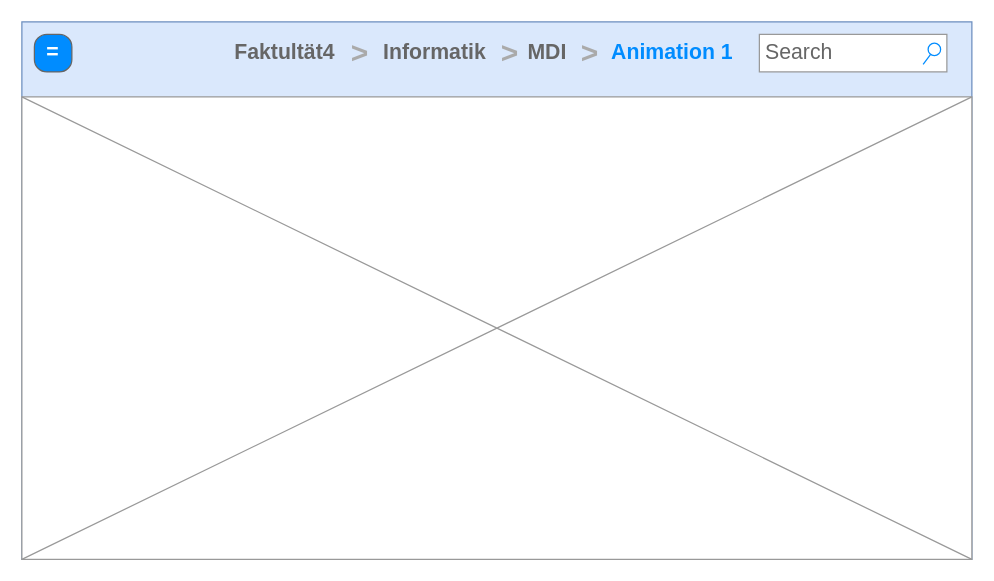
Before: Images/mockups/Grundgerüst.drawio in MrToWy/Bachelorarbeit, a draw.io diagram. Source tidied: cells renumbered, new cells numbered last; positions are measured from the earlier drawing's top-left corner, leaving out a move shared by most shapes. Both pictures are drawn from the tidied source at 125%, with x=0, y=0 at pixel (21, 21).
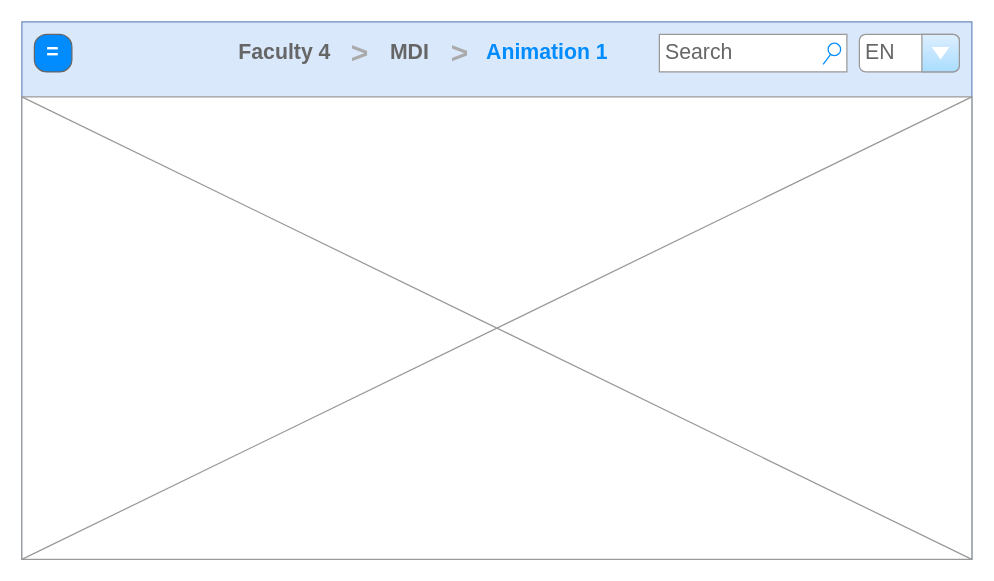
The same page after the edit.

Diff of the diagram source:
```diff
@@
 <mxGraphModel>
   <root>
     <mxCell id="0" />
     <mxCell id="1" parent="0" />
     <mxCell id="2" style="rounded=0;whiteSpace=wrap;html=1;fillColor=#dae8fc;strokeColor=#6c8ebf;" parent="1" vertex="1">
       <mxGeometry width="760" height="430" as="geometry" />
     </mxCell>
-    <mxCell id="3" value="Faktultät4" style="strokeWidth=1;shadow=0;dashed=0;align=center;html=1;shape=mxgraph.mockup.navigation.anchor;fontSize=17;fontColor=#666666;fontStyle=1;" parent="1" vertex="1">
+    <mxCell id="3" value="Faculty 4" style="strokeWidth=1;shadow=0;dashed=0;align=center;html=1;shape=mxgraph.mockup.navigation.anchor;fontSize=17;fontColor=#666666;fontStyle=1;" parent="1" vertex="1">
       <mxGeometry x="180" y="10" width="60" height="30" as="geometry" />
     </mxCell>
-    <mxCell id="4" value="&gt;" style="strokeWidth=1;shadow=0;dashed=0;align=center;html=1;shape=mxgraph.mockup.navigation.anchor;fontSize=24;fontColor=#aaaaaa;fontStyle=1;" parent="1" vertex="1">
-      <mxGeometry x="260" y="10" width="20" height="30" as="geometry" />
-    </mxCell>
-    <mxCell id="5" value="Informatik" style="strokeWidth=1;shadow=0;dashed=0;align=center;html=1;shape=mxgraph.mockup.navigation.anchor;fontSize=17;fontColor=#666666;fontStyle=1;" parent="1" vertex="1">
+    <mxCell id="5" style="strokeWidth=1;shadow=0;dashed=0;align=center;html=1;shape=mxgraph.mockup.navigation.anchor;fontSize=17;fontColor=#666666;fontStyle=1;" parent="1" vertex="1">
       <mxGeometry x="300" y="10" width="60" height="30" as="geometry" />
     </mxCell>
     <mxCell id="6" value="&gt;" style="strokeWidth=1;shadow=0;dashed=0;align=center;html=1;shape=mxgraph.mockup.navigation.anchor;fontSize=24;fontColor=#aaaaaa;fontStyle=1;" parent="1" vertex="1">
-      <mxGeometry x="380" y="10" width="20" height="30" as="geometry" />
+      <mxGeometry x="260" y="10" width="20" height="30" as="geometry" />
     </mxCell>
     <mxCell id="7" value="MDI" style="strokeWidth=1;shadow=0;dashed=0;align=center;html=1;shape=mxgraph.mockup.navigation.anchor;fontSize=17;fontColor=#666666;fontStyle=1;" parent="1" vertex="1">
-      <mxGeometry x="390" y="10" width="60" height="30" as="geometry" />
+      <mxGeometry x="280" y="10" width="60" height="30" as="geometry" />
     </mxCell>
     <mxCell id="8" value="&gt;" style="strokeWidth=1;shadow=0;dashed=0;align=center;html=1;shape=mxgraph.mockup.navigation.anchor;fontSize=24;fontColor=#aaaaaa;fontStyle=1;" parent="1" vertex="1">
-      <mxGeometry x="444" y="10" width="20" height="30" as="geometry" />
+      <mxGeometry x="340" y="10" width="20" height="30" as="geometry" />
     </mxCell>
     <mxCell id="9" value="Animation 1" style="strokeWidth=1;shadow=0;dashed=0;align=center;html=1;shape=mxgraph.mockup.navigation.anchor;fontSize=17;fontColor=#008cff;fontStyle=1;" parent="1" vertex="1">
-      <mxGeometry x="490" y="10" width="60" height="30" as="geometry" />
+      <mxGeometry x="390" y="10" width="60" height="30" as="geometry" />
     </mxCell>
     <mxCell id="10" value="Search" style="strokeWidth=1;shadow=0;dashed=0;align=center;html=1;shape=mxgraph.mockup.forms.searchBox;strokeColor=#999999;mainText=;strokeColor2=#008cff;fontColor=#666666;fontSize=17;align=left;spacingLeft=3;whiteSpace=wrap;" parent="1" vertex="1">
-      <mxGeometry x="590" y="10" width="150" height="30" as="geometry" />
+      <mxGeometry x="510" y="10" width="150" height="30" as="geometry" />
     </mxCell>
     <mxCell id="11" style="verticalLabelPosition=bottom;shadow=0;dashed=0;align=center;html=1;verticalAlign=top;strokeWidth=1;shape=mxgraph.mockup.graphics.simpleIcon;strokeColor=#999999;" parent="1" vertex="1">
       <mxGeometry y="60" width="760" height="370" as="geometry" />
     </mxCell>
     <mxCell id="12" value="=" style="strokeWidth=1;shadow=0;dashed=0;align=center;html=1;shape=mxgraph.mockup.buttons.button;strokeColor=#666666;fontColor=#ffffff;mainText=;buttonStyle=round;fontSize=17;fontStyle=1;fillColor=#008cff;whiteSpace=wrap;" parent="1" vertex="1">
       <mxGeometry x="10" y="10" width="30" height="30" as="geometry" />
     </mxCell>
+    <mxCell id="13" value="EN" style="strokeWidth=1;shadow=0;dashed=0;align=center;html=1;shape=mxgraph.mockup.forms.comboBox;strokeColor=#999999;fillColor=#ddeeff;align=left;fillColor2=#aaddff;mainText=;fontColor=#666666;fontSize=17;spacingLeft=3;" parent="1" vertex="1">
+      <mxGeometry x="670" y="10" width="80" height="30" as="geometry" />
+    </mxCell>
   </root>
 </mxGraphModel>
```
